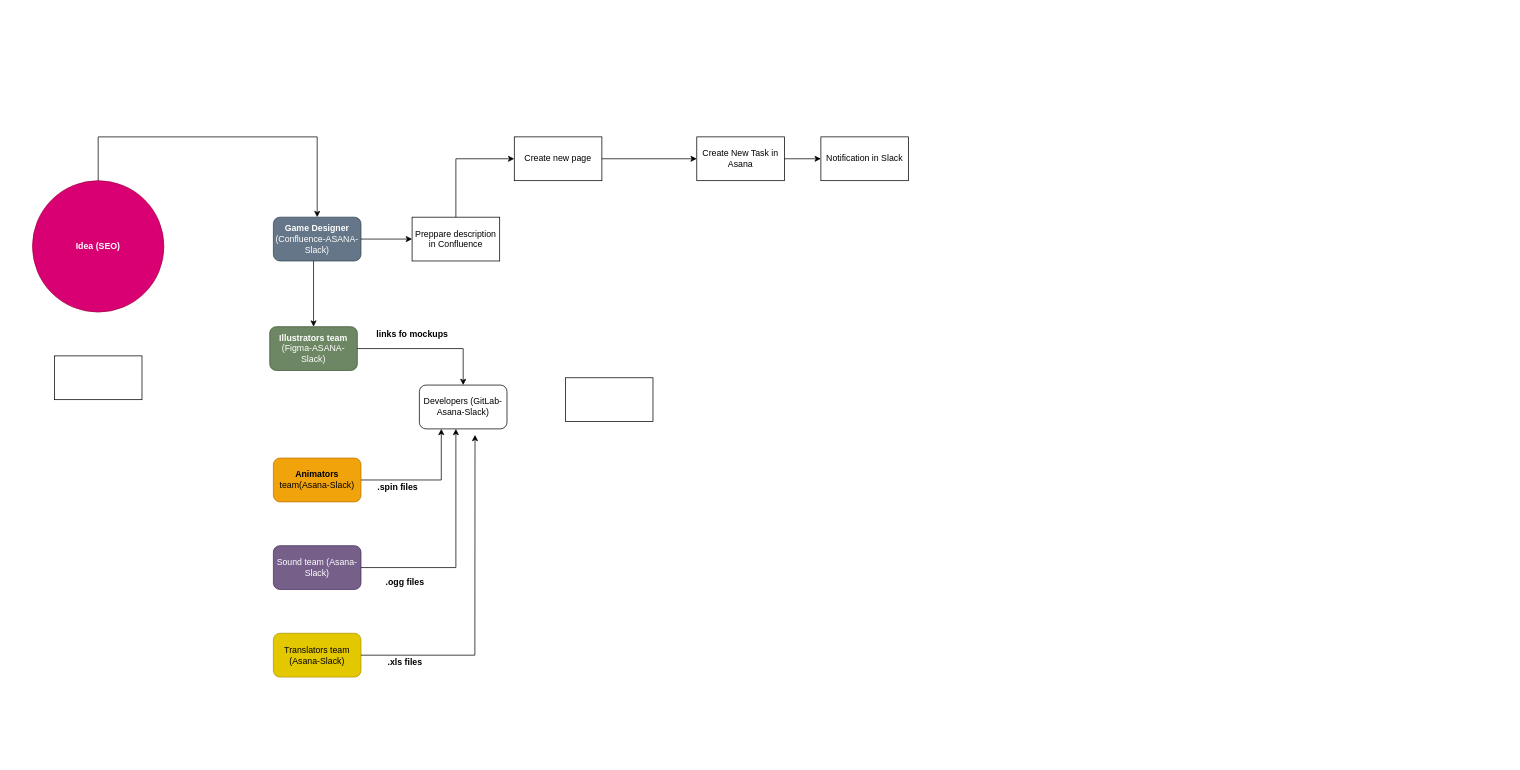
Above: Sky network BP Diagram.drawio in annastazi09/blog (draw.io), before the change. Source tidied: cells renumbered, new cells numbered last; positions are measured from the earlier drawing's top-left corner, leaving out a move shared by most shapes. Both pictures are drawn from the tidied source at 73%, with x=0, y=0 at pixel (32, 137).
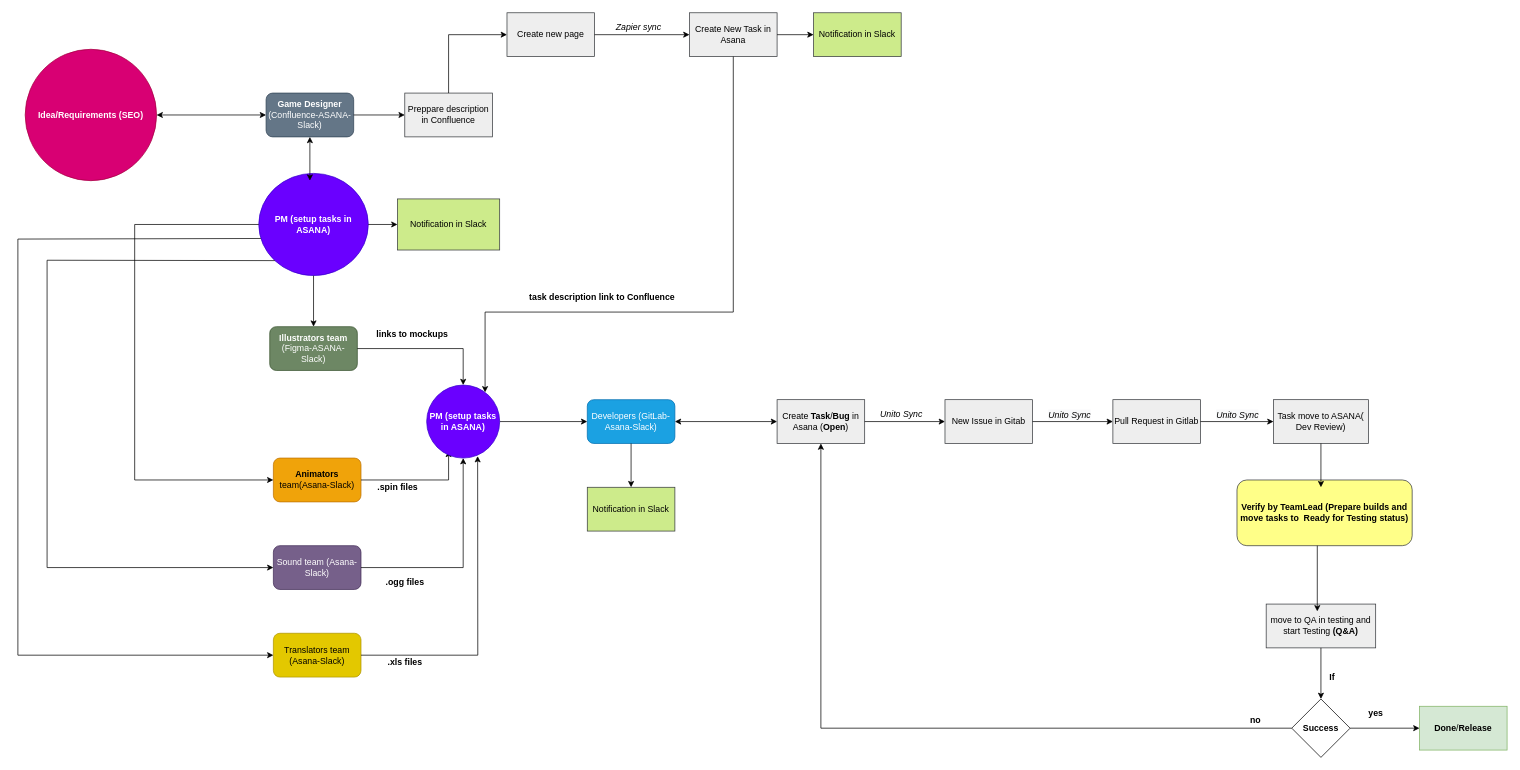
The same diagram, later.

The change refers to these unchanged cells:
```xml
<mxCell id="4" value="&lt;b&gt;Illustrators team&lt;/b&gt; (Figma-ASANA-Slack)" style="rounded=1;whiteSpace=wrap;html=1;fillColor=#6d8764;fontColor=#ffffff;strokeColor=#3A5431;" parent="1" vertex="1">
  <mxGeometry x="325" y="260" width="120" height="60" as="geometry" />
</mxCell>
<mxCell id="5" value="&lt;b&gt;Animators&lt;/b&gt; team(Asana-Slack)" style="rounded=1;whiteSpace=wrap;html=1;fillColor=#f0a30a;fontColor=#000000;strokeColor=#BD7000;" parent="1" vertex="1">
  <mxGeometry x="330" y="440" width="120" height="60" as="geometry" />
</mxCell>
<mxCell id="6" value="Sound team (Asana-Slack)" style="rounded=1;whiteSpace=wrap;html=1;fillColor=#76608a;fontColor=#ffffff;strokeColor=#432D57;" parent="1" vertex="1">
  <mxGeometry x="330" y="560" width="120" height="60" as="geometry" />
</mxCell>
<mxCell id="7" value="Translators team (Asana-Slack)" style="rounded=1;whiteSpace=wrap;html=1;fillColor=#e3c800;fontColor=#000000;strokeColor=#B09500;" parent="1" vertex="1">
  <mxGeometry x="330" y="680" width="120" height="60" as="geometry" />
</mxCell>
```

The edit, as a diff of the source:
```diff
@@
-    <mxCell id="2" value="&lt;b&gt;Idea (SEO)&lt;/b&gt;" style="ellipse;whiteSpace=wrap;html=1;fillColor=#d80073;fontColor=#ffffff;strokeColor=#A50040;" parent="1" vertex="1">
-      <mxGeometry y="60" width="180" height="180" as="geometry" />
+    <mxCell id="2" value="&lt;b&gt;Idea/Requirements (SEO)&lt;/b&gt;" style="ellipse;whiteSpace=wrap;html=1;fillColor=#d80073;fontColor=#ffffff;strokeColor=#A50040;" parent="1" vertex="1">
+      <mxGeometry x="-10" y="-120" width="180" height="180" as="geometry" />
     </mxCell>
     <mxCell id="3" value="&lt;b&gt;Game Designer&lt;/b&gt; (Confluence-ASANA-Slack)" style="rounded=1;whiteSpace=wrap;html=1;fillColor=#647687;strokeColor=#314354;fontColor=#ffffff;" parent="1" vertex="1">
-      <mxGeometry x="330" y="110" width="120" height="60" as="geometry" />
+      <mxGeometry x="320" y="-60" width="120" height="60" as="geometry" />
     </mxCell>
@@
-    <mxCell id="8" value="Developers (GitLab-Asana-Slack)" style="rounded=1;whiteSpace=wrap;html=1;" parent="1" vertex="1">
-      <mxGeometry x="530" y="340" width="120" height="60" as="geometry" />
-    </mxCell>
-    <mxCell id="9" style="endArrow=classic;html=1;rounded=0;exitX=0.5;exitY=0;exitDx=0;exitDy=0;entryX=0.5;entryY=0;entryDx=0;entryDy=0;" parent="1" edge="1" source="2" target="3">
-      <mxGeometry relative="1" as="geometry">
-        <Array as="points">
-          <mxPoint x="90" />
-          <mxPoint x="390" />
-        </Array>
-      </mxGeometry>
-    </mxCell>
-    <mxCell id="10" style="endArrow=classic;html=1;rounded=0;entryX=0.5;entryY=0;entryDx=0;entryDy=0;" parent="1" edge="1" target="4">
-      <mxGeometry relative="1" as="geometry">
-        <mxPoint x="385" y="170" as="sourcePoint" />
-      </mxGeometry>
-    </mxCell>
-    <mxCell id="11" style="endArrow=classic;html=1;rounded=0;exitX=1;exitY=0.5;exitDx=0;exitDy=0;entryX=0.25;entryY=1;entryDx=0;entryDy=0;" parent="1" edge="1" source="5" target="8">
+    <mxCell id="11" style="endArrow=classic;html=1;rounded=0;exitX=1;exitY=0.5;exitDx=0;exitDy=0;" parent="1" edge="1" source="5">
       <mxGeometry relative="1" as="geometry">
+        <mxPoint x="570" y="430" as="targetPoint" />
         <Array as="points">
-          <mxPoint x="560" y="470" />
+          <mxPoint x="570" y="470" />
         </Array>
       </mxGeometry>
     </mxCell>
-    <mxCell id="12" style="endArrow=classic;html=1;rounded=0;exitX=1;exitY=0.5;exitDx=0;exitDy=0;" parent="1" edge="1" source="6">
+    <mxCell id="12" style="endArrow=classic;html=1;rounded=0;exitX=1;exitY=0.5;exitDx=0;exitDy=0;entryX=0.5;entryY=1;entryDx=0;entryDy=0;" parent="1" edge="1" source="6" target="38">
       <mxGeometry relative="1" as="geometry">
-        <mxPoint x="580" y="400" as="targetPoint" />
         <Array as="points">
-          <mxPoint x="580" y="590" />
+          <mxPoint x="590" y="590" />
         </Array>
       </mxGeometry>
     </mxCell>
-    <mxCell id="13" style="endArrow=classic;html=1;rounded=0;entryX=0.635;entryY=1.137;entryDx=0;entryDy=0;entryPerimeter=0;exitX=1;exitY=0.5;exitDx=0;exitDy=0;" parent="1" edge="1" source="7" target="8">
+    <mxCell id="13" style="endArrow=classic;html=1;rounded=0;entryX=0.698;entryY=0.973;entryDx=0;entryDy=0;entryPerimeter=0;exitX=1;exitY=0.5;exitDx=0;exitDy=0;" parent="1" edge="1" source="7" target="38">
       <mxGeometry relative="1" as="geometry">
         <Array as="points">
-          <mxPoint x="606" y="710" />
+          <mxPoint x="610" y="710" />
         </Array>
       </mxGeometry>
     </mxCell>
-    <mxCell id="14" style="endArrow=classic;html=1;rounded=0;exitX=1;exitY=0.5;exitDx=0;exitDy=0;entryX=0.5;entryY=0;entryDx=0;entryDy=0;" parent="1" edge="1" source="4" target="8">
+    <mxCell id="14" style="endArrow=classic;html=1;rounded=0;exitX=1;exitY=0.5;exitDx=0;exitDy=0;entryX=0.5;entryY=0;entryDx=0;entryDy=0;" parent="1" edge="1" source="4" target="38">
       <mxGeometry relative="1" as="geometry">
         <Array as="points">
           <mxPoint x="590" y="290" />
         </Array>
       </mxGeometry>
     </mxCell>
-    <mxCell id="15" style="rounded=0;whiteSpace=wrap;html=1;" parent="1" vertex="1">
-      <mxGeometry x="730" y="330" width="120" height="60" as="geometry" />
-    </mxCell>
@@
-    <mxCell id="19" value="&lt;b&gt;links fo mockups&lt;/b&gt;" style="text;html=1;align=center;verticalAlign=middle;strokeColor=none;fillColor=none;" parent="1" vertex="1">
+    <mxCell id="19" value="&lt;b&gt;links to mockups&lt;/b&gt;" style="text;html=1;align=center;verticalAlign=middle;strokeColor=none;fillColor=none;" parent="1" vertex="1">
       <mxGeometry x="465" y="260" width="110" height="20" as="geometry" />
     </mxCell>
-    <mxCell id="20" value="Preppare description in Confluence" style="rounded=0;whiteSpace=wrap;html=1;" parent="1" vertex="1">
-      <mxGeometry x="520" y="110" width="120" height="60" as="geometry" />
+    <mxCell id="20" value="Preppare description in Confluence" style="rounded=0;whiteSpace=wrap;html=1;fillColor=#eeeeee;strokeColor=#36393d;" parent="1" vertex="1">
+      <mxGeometry x="510" y="-60" width="120" height="60" as="geometry" />
     </mxCell>
@@
-    <mxCell id="22" value="Create new page" style="rounded=0;whiteSpace=wrap;html=1;" parent="1" vertex="1">
-      <mxGeometry x="660" width="120" height="60" as="geometry" />
+    <mxCell id="22" value="Create new page" style="rounded=0;whiteSpace=wrap;html=1;fillColor=#eeeeee;strokeColor=#36393d;" parent="1" vertex="1">
+      <mxGeometry x="650" y="-170" width="120" height="60" as="geometry" />
     </mxCell>
-    <mxCell id="23" value="Create New Task in Asana" style="rounded=0;whiteSpace=wrap;html=1;" parent="1" vertex="1">
-      <mxGeometry x="910" width="120" height="60" as="geometry" />
+    <mxCell id="23" value="Create New Task in Asana" style="rounded=0;whiteSpace=wrap;html=1;fillColor=#eeeeee;strokeColor=#36393d;" parent="1" vertex="1">
+      <mxGeometry x="900" y="-170" width="120" height="60" as="geometry" />
     </mxCell>
@@
     <mxCell id="25" style="endArrow=classic;html=1;rounded=0;exitX=0.5;exitY=0;exitDx=0;exitDy=0;entryX=0;entryY=0.5;entryDx=0;entryDy=0;" parent="1" edge="1" source="20" target="22">
       <mxGeometry relative="1" as="geometry">
         <Array as="points">
-          <mxPoint x="580" y="30" />
+          <mxPoint x="570" y="-140" />
         </Array>
       </mxGeometry>
     </mxCell>
-    <mxCell id="26" style="rounded=0;whiteSpace=wrap;html=1;" parent="1" vertex="1">
-      <mxGeometry x="30" y="300" width="120" height="60" as="geometry" />
-    </mxCell>
-    <mxCell id="27" value="Notification in Slack" style="rounded=0;whiteSpace=wrap;html=1;" parent="1" vertex="1">
-      <mxGeometry x="1080" width="120" height="60" as="geometry" />
+    <mxCell id="27" value="Notification in Slack" style="rounded=0;whiteSpace=wrap;html=1;fillColor=#cdeb8b;strokeColor=#36393d;" parent="1" vertex="1">
+      <mxGeometry x="1070" y="-170" width="120" height="60" as="geometry" />
     </mxCell>
@@
+    <mxCell id="29" value="Notification in Slack" style="rounded=0;whiteSpace=wrap;html=1;fillColor=#cdeb8b;strokeColor=#36393d;" parent="1" vertex="1">
+      <mxGeometry x="500" y="85" width="140" height="70" as="geometry" />
+    </mxCell>
+    <mxCell id="30" style="endArrow=classic;html=1;rounded=0;entryX=0;entryY=0.5;entryDx=0;entryDy=0;exitX=1;exitY=0.5;exitDx=0;exitDy=0;startArrow=none;" parent="1" edge="1" source="38" target="8">
+      <mxGeometry relative="1" as="geometry" />
+    </mxCell>
+    <mxCell id="31" value="&lt;b&gt;PM (setup tasks in ASANA)&lt;/b&gt;" style="ellipse;whiteSpace=wrap;html=1;fillColor=#6a00ff;strokeColor=#3700CC;fontColor=#ffffff;" parent="1" vertex="1">
+      <mxGeometry x="310" y="50" width="150" height="140" as="geometry" />
+    </mxCell>
+    <mxCell id="32" style="endArrow=classic;html=1;rounded=0;exitX=0.5;exitY=1;exitDx=0;exitDy=0;entryX=0.5;entryY=0;entryDx=0;entryDy=0;" parent="1" edge="1" source="31" target="4">
+      <mxGeometry relative="1" as="geometry" />
+    </mxCell>
+    <mxCell id="33" style="endArrow=classic;html=1;rounded=0;exitX=0;exitY=0.5;exitDx=0;exitDy=0;entryX=0;entryY=0.5;entryDx=0;entryDy=0;" parent="1" edge="1" source="31" target="5">
+      <mxGeometry relative="1" as="geometry">
+        <Array as="points">
+          <mxPoint x="140" y="120" />
+          <mxPoint x="140" y="470" />
+        </Array>
+      </mxGeometry>
+    </mxCell>
+    <mxCell id="34" style="endArrow=classic;html=1;rounded=0;entryX=0;entryY=0.5;entryDx=0;entryDy=0;exitX=0;exitY=1;exitDx=0;exitDy=0;" parent="1" edge="1" source="31" target="6">
+      <mxGeometry relative="1" as="geometry">
+        <Array as="points">
+          <mxPoint x="20" y="169" />
+          <mxPoint x="20" y="590" />
+        </Array>
+      </mxGeometry>
+    </mxCell>
+    <mxCell id="35" style="endArrow=classic;html=1;rounded=0;entryX=0;entryY=0.5;entryDx=0;entryDy=0;exitX=0.019;exitY=0.637;exitDx=0;exitDy=0;exitPerimeter=0;" parent="1" edge="1" source="31" target="7">
+      <mxGeometry relative="1" as="geometry">
+        <Array as="points">
+          <mxPoint x="-20" y="140" />
+          <mxPoint x="-20" y="710" />
+        </Array>
+      </mxGeometry>
+    </mxCell>
+    <mxCell id="36" style="endArrow=classic;html=1;rounded=0;exitX=1;exitY=0.5;exitDx=0;exitDy=0;entryX=0;entryY=0.5;entryDx=0;entryDy=0;" parent="1" edge="1" source="31" target="29">
+      <mxGeometry relative="1" as="geometry" />
+    </mxCell>
+    <mxCell id="9" style="endArrow=classic;startArrow=classic;html=1;rounded=0;exitX=1;exitY=0.5;exitDx=0;exitDy=0;entryX=0;entryY=0.5;entryDx=0;entryDy=0;" parent="1" edge="1" source="2" target="3">
+      <mxGeometry relative="1" as="geometry" />
+    </mxCell>
+    <mxCell id="37" style="endArrow=classic;startArrow=classic;html=1;rounded=0;entryX=0.5;entryY=1;entryDx=0;entryDy=0;" parent="1" edge="1" target="3">
+      <mxGeometry relative="1" as="geometry">
+        <mxPoint x="380" y="60" as="sourcePoint" />
+      </mxGeometry>
+    </mxCell>
+    <mxCell id="8" value="Developers (GitLab-Asana-Slack)" style="rounded=1;whiteSpace=wrap;html=1;fillColor=#1ba1e2;fontColor=#ffffff;strokeColor=#006EAF;" parent="1" vertex="1">
+      <mxGeometry x="760" y="360" width="120" height="60" as="geometry" />
+    </mxCell>
+    <mxCell id="38" value="&lt;b&gt;PM (setup tasks in ASANA)&lt;/b&gt;" style="ellipse;whiteSpace=wrap;html=1;fillColor=#6a00ff;strokeColor=#3700CC;fontColor=#ffffff;" parent="1" vertex="1">
+      <mxGeometry x="540" y="340" width="100" height="100" as="geometry" />
+    </mxCell>
+    <mxCell id="39" style="endArrow=classic;html=1;rounded=0;exitX=0.5;exitY=1;exitDx=0;exitDy=0;" parent="1" edge="1" source="23">
+      <mxGeometry relative="1" as="geometry">
+        <mxPoint x="620" y="350" as="targetPoint" />
+        <Array as="points">
+          <mxPoint x="960" y="240" />
+          <mxPoint x="620" y="240" />
+        </Array>
+      </mxGeometry>
+    </mxCell>
+    <mxCell id="40" value="&lt;b&gt;task description link to Confluence&lt;/b&gt;" style="text;html=1;align=center;verticalAlign=middle;strokeColor=none;fillColor=none;" parent="1" vertex="1">
+      <mxGeometry x="675" y="210" width="210" height="20" as="geometry" />
+    </mxCell>
+    <mxCell id="41" value="Notification in Slack" style="rounded=0;whiteSpace=wrap;html=1;fillColor=#cdeb8b;strokeColor=#36393d;" parent="1" vertex="1">
+      <mxGeometry x="760" y="480" width="120" height="60" as="geometry" />
+    </mxCell>
+    <mxCell id="42" style="endArrow=classic;html=1;rounded=0;entryX=0.5;entryY=0;entryDx=0;entryDy=0;exitX=0.5;exitY=1;exitDx=0;exitDy=0;" parent="1" edge="1" source="8" target="41">
+      <mxGeometry relative="1" as="geometry" />
+    </mxCell>
+    <mxCell id="43" value="Create &lt;b&gt;Task&lt;/b&gt;/&lt;b&gt;Bug &lt;/b&gt;in Asana (&lt;b&gt;Open&lt;/b&gt;)" style="rounded=0;whiteSpace=wrap;html=1;fillColor=#eeeeee;strokeColor=#36393d;" parent="1" vertex="1">
+      <mxGeometry x="1020" y="360" width="120" height="60" as="geometry" />
+    </mxCell>
+    <mxCell id="44" style="endArrow=classic;html=1;rounded=0;exitX=1;exitY=0.5;exitDx=0;exitDy=0;" parent="1" edge="1" source="43">
+      <mxGeometry relative="1" as="geometry">
+        <mxPoint x="1250" y="390" as="targetPoint" />
+      </mxGeometry>
+    </mxCell>
+    <mxCell id="45" value="New Issue in Gitab" style="rounded=0;whiteSpace=wrap;html=1;fillColor=#eeeeee;strokeColor=#36393d;" parent="1" vertex="1">
+      <mxGeometry x="1250" y="360" width="120" height="60" as="geometry" />
+    </mxCell>
+    <mxCell id="46" value="&lt;i&gt;Unito Sync&lt;/i&gt;" style="text;html=1;align=center;verticalAlign=middle;strokeColor=none;fillColor=none;" parent="1" vertex="1">
+      <mxGeometry x="1155" y="370" width="70" height="20" as="geometry" />
+    </mxCell>
+    <mxCell id="47" value="&lt;i&gt;Zapier sync&lt;/i&gt;" style="text;html=1;align=center;verticalAlign=middle;strokeColor=none;fillColor=none;" parent="1" vertex="1">
+      <mxGeometry x="790" y="-160" width="80" height="20" as="geometry" />
+    </mxCell>
+    <mxCell id="48" value="Pull Request in Gitlab" style="rounded=0;whiteSpace=wrap;html=1;fillColor=#eeeeee;strokeColor=#36393d;" parent="1" vertex="1">
+      <mxGeometry x="1480" y="360" width="120" height="60" as="geometry" />
+    </mxCell>
+    <mxCell id="49" style="endArrow=classic;html=1;rounded=0;exitX=1;exitY=0.5;exitDx=0;exitDy=0;entryX=0;entryY=0.5;entryDx=0;entryDy=0;" parent="1" edge="1" source="45" target="48">
+      <mxGeometry relative="1" as="geometry" />
+    </mxCell>
+    <mxCell id="50" value="&lt;i style=&quot;color: rgb(0, 0, 0); font-family: Helvetica; font-size: 12px; font-variant-ligatures: normal; font-variant-caps: normal; font-weight: 400; letter-spacing: normal; orphans: 2; text-align: center; text-indent: 0px; text-transform: none; widows: 2; word-spacing: 0px; -webkit-text-stroke-width: 0px; background-color: rgb(248, 249, 250); text-decoration-thickness: initial; text-decoration-style: initial; text-decoration-color: initial;&quot;&gt;Unito Sync&lt;/i&gt;" style="text;whiteSpace=wrap;html=1;" parent="1" vertex="1">
+      <mxGeometry x="1390" y="367" width="80" height="30" as="geometry" />
+    </mxCell>
+    <mxCell id="51" value="Task move to ASANA( Dev Review)" style="rounded=0;whiteSpace=wrap;html=1;fillColor=#eeeeee;strokeColor=#36393d;" parent="1" vertex="1">
+      <mxGeometry x="1700" y="360" width="130" height="60" as="geometry" />
+    </mxCell>
+    <mxCell id="52" style="endArrow=classic;html=1;rounded=0;exitX=1;exitY=0.5;exitDx=0;exitDy=0;entryX=0;entryY=0.5;entryDx=0;entryDy=0;" parent="1" edge="1" source="48" target="51">
+      <mxGeometry relative="1" as="geometry" />
+    </mxCell>
+    <mxCell id="53" value="&lt;i style=&quot;color: rgb(0, 0, 0); font-family: Helvetica; font-size: 12px; font-variant-ligatures: normal; font-variant-caps: normal; font-weight: 400; letter-spacing: normal; orphans: 2; text-align: center; text-indent: 0px; text-transform: none; widows: 2; word-spacing: 0px; -webkit-text-stroke-width: 0px; background-color: rgb(248, 249, 250); text-decoration-thickness: initial; text-decoration-style: initial; text-decoration-color: initial;&quot;&gt;Unito Sync&lt;/i&gt;" style="text;whiteSpace=wrap;html=1;" parent="1" vertex="1">
+      <mxGeometry x="1620" y="367" width="80" height="30" as="geometry" />
+    </mxCell>
+    <mxCell id="54" value="move to QA in testing and start Testing &lt;b&gt;(Q&amp;amp;A)&lt;/b&gt;" style="rounded=0;whiteSpace=wrap;html=1;fillColor=#eeeeee;strokeColor=#36393d;" parent="1" vertex="1">
+      <mxGeometry x="1690" y="640" width="150" height="60" as="geometry" />
+    </mxCell>
+    <mxCell id="55" value="&lt;b style=&quot;&quot;&gt;Verify by TeamLead (Prepare builds and move tasks to&amp;nbsp; Ready for Testing status)&lt;/b&gt;" style="rounded=1;whiteSpace=wrap;html=1;fillColor=#ffff88;strokeColor=#36393d;" parent="1" vertex="1">
+      <mxGeometry x="1650" y="470" width="240" height="90" as="geometry" />
+    </mxCell>
+    <mxCell id="56" style="endArrow=classic;html=1;rounded=0;exitX=0.5;exitY=1;exitDx=0;exitDy=0;" parent="1" edge="1" source="51">
+      <mxGeometry relative="1" as="geometry">
+        <mxPoint x="1765" y="480" as="targetPoint" />
+      </mxGeometry>
+    </mxCell>
+    <mxCell id="57" style="endArrow=classic;html=1;rounded=0;" parent="1" edge="1">
+      <mxGeometry relative="1" as="geometry">
+        <mxPoint x="1760" y="560" as="sourcePoint" />
+        <mxPoint x="1760" y="650" as="targetPoint" />
+      </mxGeometry>
+    </mxCell>
+    <mxCell id="58" value="&lt;b&gt;Success&lt;/b&gt;" style="rhombus;whiteSpace=wrap;html=1;" parent="1" vertex="1">
+      <mxGeometry x="1725" y="770" width="80" height="80" as="geometry" />
+    </mxCell>
+    <mxCell id="59" style="endArrow=classic;html=1;rounded=0;exitX=0.5;exitY=1;exitDx=0;exitDy=0;" parent="1" edge="1" source="54" target="58">
+      <mxGeometry relative="1" as="geometry" />
+    </mxCell>
+    <mxCell id="60" value="&lt;b&gt;If&lt;/b&gt;" style="text;html=1;align=center;verticalAlign=middle;strokeColor=none;fillColor=none;" parent="1" vertex="1">
+      <mxGeometry x="1770" y="730" width="20" height="20" as="geometry" />
+    </mxCell>
+    <mxCell id="61" style="endArrow=classic;html=1;rounded=0;exitX=1;exitY=0.5;exitDx=0;exitDy=0;" parent="1" edge="1" source="58" target="62">
+      <mxGeometry relative="1" as="geometry" />
+    </mxCell>
+    <mxCell id="62" value="&lt;b&gt;Done&lt;/b&gt;/&lt;b&gt;Release&lt;/b&gt;" style="rounded=0;whiteSpace=wrap;html=1;fillColor=#d5e8d4;strokeColor=#82b366;" parent="1" vertex="1">
+      <mxGeometry x="1900" y="780" width="120" height="60" as="geometry" />
+    </mxCell>
+    <mxCell id="63" value="&lt;b&gt;yes&lt;/b&gt;" style="text;html=1;align=center;verticalAlign=middle;strokeColor=none;fillColor=none;" parent="1" vertex="1">
+      <mxGeometry x="1820" y="780" width="40" height="20" as="geometry" />
+    </mxCell>
+    <mxCell id="64" style="endArrow=classic;html=1;rounded=0;entryX=0.5;entryY=1;entryDx=0;entryDy=0;exitX=0;exitY=0.5;exitDx=0;exitDy=0;" parent="1" edge="1" source="58" target="43">
+      <mxGeometry relative="1" as="geometry">
+        <Array as="points">
+          <mxPoint x="1080" y="810" />
+        </Array>
+      </mxGeometry>
+    </mxCell>
+    <mxCell id="65" value="&lt;b&gt;no&lt;/b&gt;" style="text;html=1;align=center;verticalAlign=middle;strokeColor=none;fillColor=none;" parent="1" vertex="1">
+      <mxGeometry x="1660" y="790" width="30" height="20" as="geometry" />
+    </mxCell>
+    <mxCell id="66" style="endArrow=classic;startArrow=classic;html=1;rounded=0;exitX=1;exitY=0.5;exitDx=0;exitDy=0;entryX=0;entryY=0.5;entryDx=0;entryDy=0;" parent="1" edge="1" source="8" target="43">
+      <mxGeometry relative="1" as="geometry" />
+    </mxCell>
```
